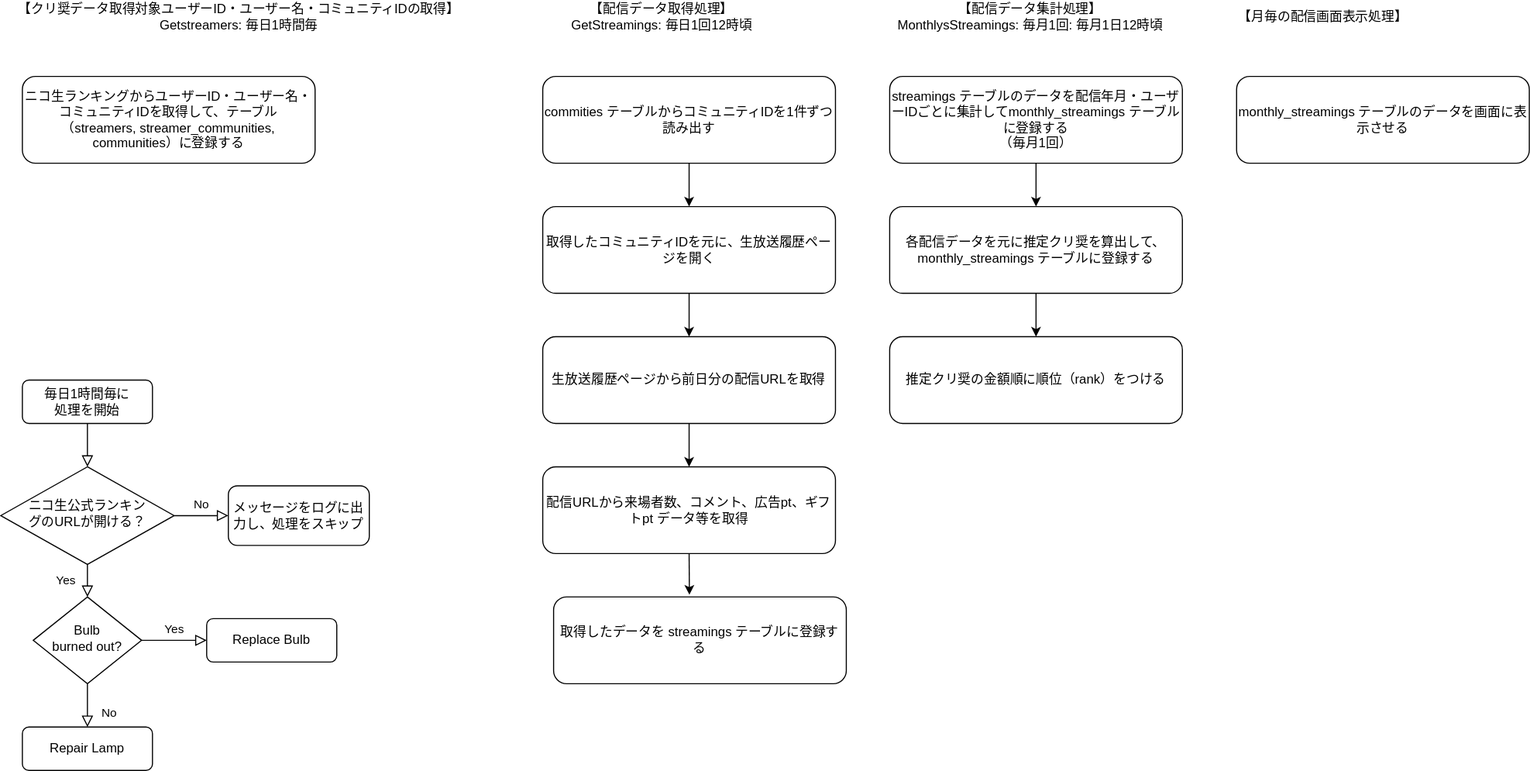
Earlier version of the draw.io export 処理フローチャート.drawio.svg (MASA20201203/NicodbLaravel). Source tidied: cells renumbered, new cells last; positions are measured from the earlier drawing's top-left corner, leaving out a move shared by most shapes.
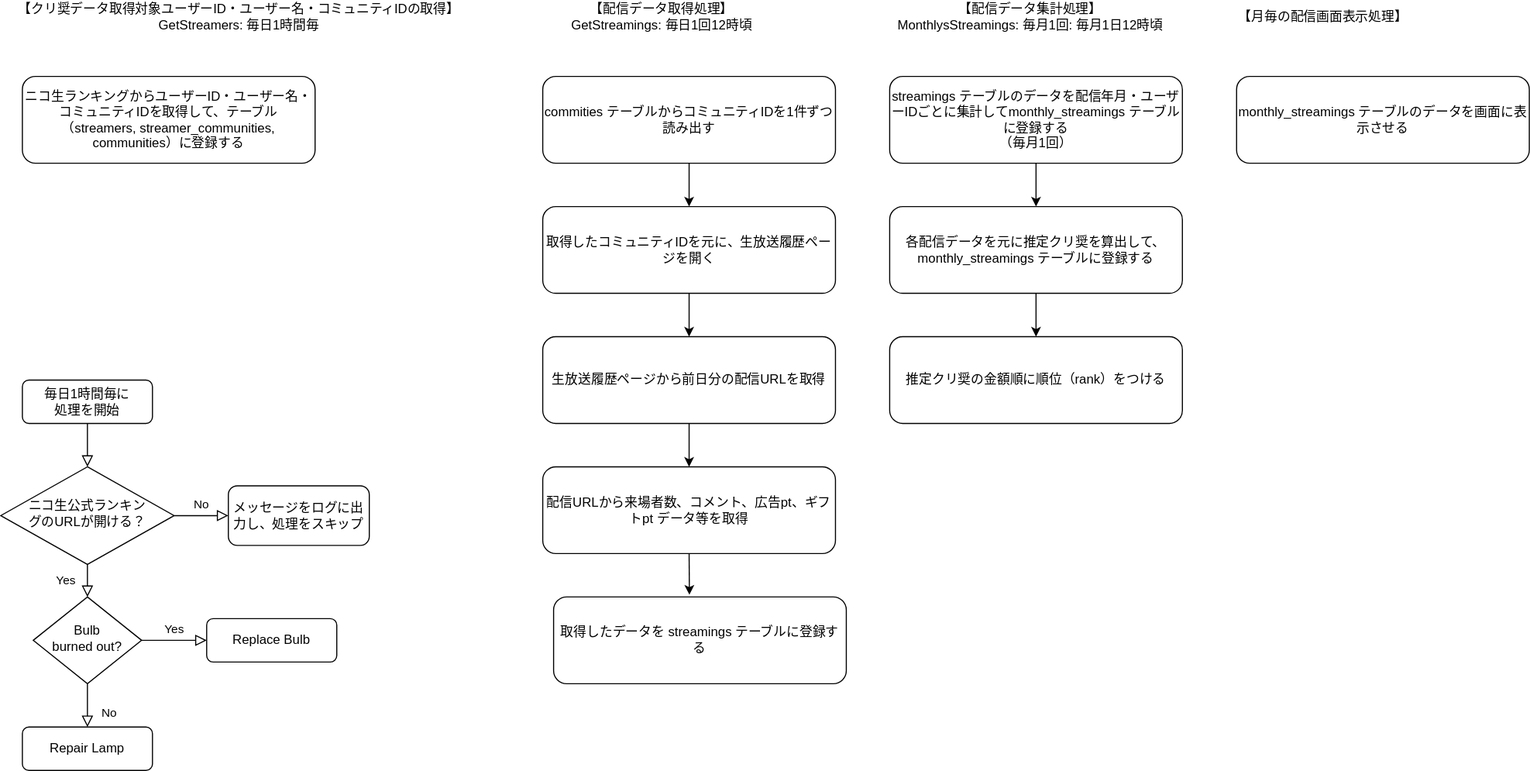
The same diagram one commit later.

Change to the diagram source:
```diff
@@ -35,7 +35,7 @@
     <mxCell id="12" value="Replace Bulb" style="rounded=1;whiteSpace=wrap;html=1;fontSize=12;glass=0;strokeWidth=1;shadow=0;" parent="1" vertex="1">
       <mxGeometry x="190" y="570" width="120" height="40" as="geometry" />
     </mxCell>
-    <mxCell id="13" value="【クリ奨データ取得対象ユーザーID・ユーザー名・コミュニティIDの取得】Getstreamers: 毎日1時間毎" style="text;html=1;strokeColor=none;fillColor=none;align=center;verticalAlign=middle;whiteSpace=wrap;rounded=0;" parent="1" vertex="1">
+    <mxCell id="13" value="【クリ奨データ取得対象ユーザーID・ユーザー名・コミュニティIDの取得】GetStreamers: 毎日1時間毎" style="text;html=1;strokeColor=none;fillColor=none;align=center;verticalAlign=middle;whiteSpace=wrap;rounded=0;" parent="1" vertex="1">
       <mxGeometry x="10" width="420" height="30" as="geometry" />
     </mxCell>
     <mxCell id="14" value="【配信データ取得処理】&lt;br&gt;GetStreamings:&amp;nbsp;毎日1回12時頃" style="text;html=1;strokeColor=none;fillColor=none;align=center;verticalAlign=middle;whiteSpace=wrap;rounded=0;" parent="1" vertex="1">
```
